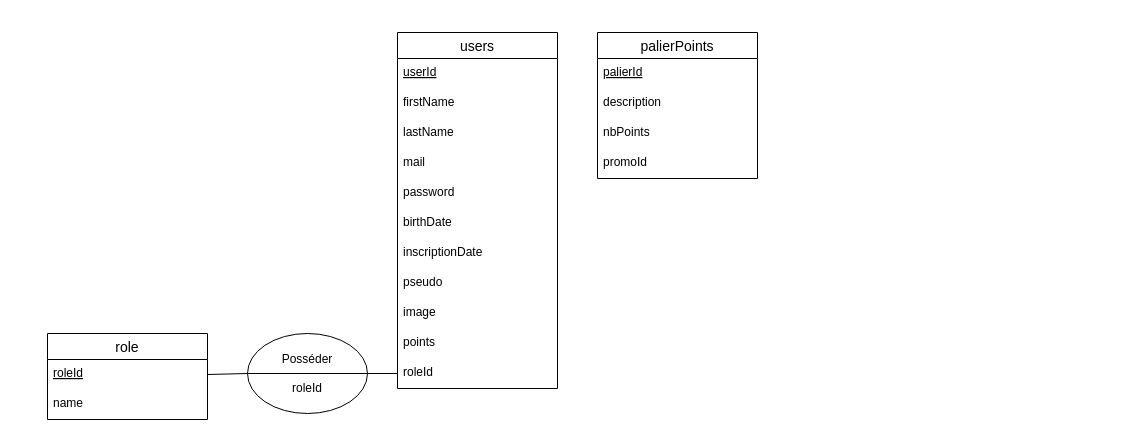
Benji290402/TpPHP-SQL keeps this draw.io diagram as page "MCD 2" (2 of 4) of BDD.drawio. Above is the earlier version. Source tidied: cells renumbered, new cells numbered last; positions are measured from the earlier drawing's top-left corner, leaving out a move shared by most shapes. Both pictures are drawn from the tidied source at 100%, with x=0, y=0 at pixel (47, 32).
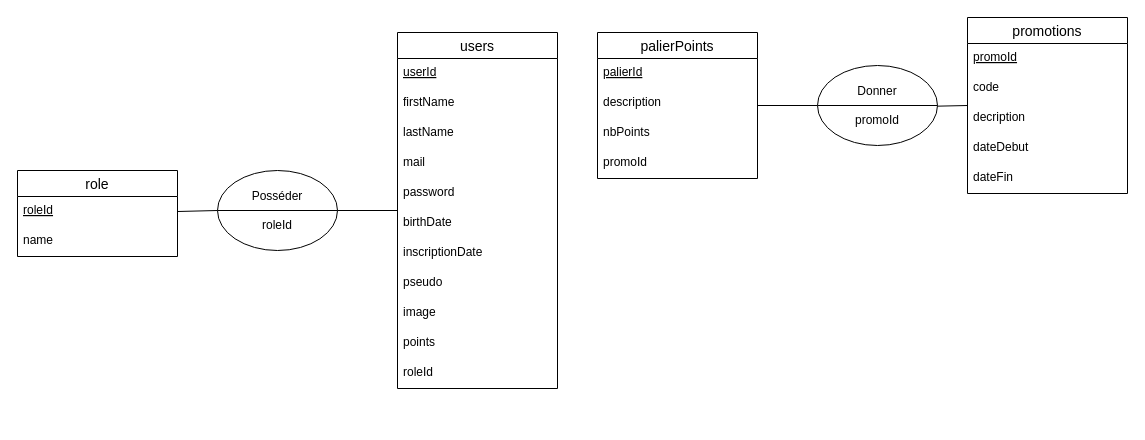
The same diagram, later.

The change refers to these unchanged cells:
```xml
<mxCell id="2" value="users" style="swimlane;fontStyle=0;horizontal=1;startSize=26;align=center;fontSize=14;" parent="1" vertex="1">
  <mxGeometry x="350" width="160" height="356" as="geometry" />
</mxCell>
<mxCell id="13" value="roleId" style="text;strokeColor=none;fillColor=none;spacingLeft=4;spacingRight=4;overflow=hidden;points=[[0,0.5],[1,0.5]];portConstraint=eastwest;fontSize=12;" parent="2" vertex="1">
  <mxGeometry y="326" width="160" height="30" as="geometry" />
</mxCell>
<mxCell id="15" value="roleId" style="text;strokeColor=none;fillColor=none;spacingLeft=4;spacingRight=4;overflow=hidden;points=[[0,0.5],[1,0.5]];portConstraint=eastwest;fontSize=12;fontStyle=4;" parent="14" vertex="1">
  <mxGeometry y="26" width="160" height="30" as="geometry" />
</mxCell>
<mxCell id="21" value="palierPoints" style="swimlane;fontStyle=0;horizontal=1;startSize=26;align=center;fontSize=14;" parent="1" vertex="1">
  <mxGeometry x="550" width="160" height="146" as="geometry" />
</mxCell>
```

What changed in the source:
```diff
@@
     <mxCell id="14" value="role" style="swimlane;fontStyle=0;horizontal=1;startSize=26;align=center;fontSize=14;" parent="1" vertex="1">
-      <mxGeometry y="301" width="160" height="86" as="geometry" />
+      <mxGeometry x="-30" y="138" width="160" height="86" as="geometry" />
     </mxCell>
@@
-    <mxCell id="17" style="edgeStyle=none;rounded=0;jettySize=auto;html=1;exitX=1;exitY=0.5;exitDx=0;exitDy=0;entryX=0;entryY=0.5;entryDx=0;entryDy=0;endArrow=none;endFill=0;" parent="1" edge="1" source="19" target="13">
+    <mxCell id="17" style="edgeStyle=none;rounded=0;jettySize=auto;html=1;exitX=1;exitY=0.5;exitDx=0;exitDy=0;endArrow=none;endFill=0;" parent="1" edge="1" source="19" target="2">
       <mxGeometry relative="1" as="geometry" />
     </mxCell>
-    <mxCell id="18" style="edgeStyle=none;rounded=0;jettySize=auto;html=1;exitX=0;exitY=0.5;exitDx=0;exitDy=0;entryX=1;entryY=0.5;entryDx=0;entryDy=0;endArrow=none;endFill=0;" parent="1" edge="1" source="19" target="15">
+    <mxCell id="18" style="edgeStyle=none;rounded=0;jettySize=auto;html=1;exitX=0;exitY=0.5;exitDx=0;exitDy=0;endArrow=none;endFill=0;" parent="1" edge="1" source="19" target="14">
       <mxGeometry relative="1" as="geometry" />
     </mxCell>
     <mxCell id="19" value="&lt;div&gt;Posséder&lt;/div&gt;&lt;div&gt;&lt;br&gt;&lt;/div&gt;&lt;div&gt;roleId&lt;br&gt;&lt;/div&gt;" style="ellipse;whiteSpace=wrap;html=1;" parent="1" vertex="1">
-      <mxGeometry x="200" y="301" width="120" height="80" as="geometry" />
+      <mxGeometry x="170" y="138" width="120" height="80" as="geometry" />
     </mxCell>
@@
+    <mxCell id="26" value="promotions" style="swimlane;fontStyle=0;horizontal=1;startSize=26;align=center;fontSize=14;" parent="1" vertex="1">
+      <mxGeometry x="920" y="-15" width="160" height="176" as="geometry" />
+    </mxCell>
+    <mxCell id="27" value="promoId" style="text;strokeColor=none;fillColor=none;spacingLeft=4;spacingRight=4;overflow=hidden;fontSize=12;fontStyle=4;" parent="26" vertex="1">
+      <mxGeometry y="26" width="160" height="30" as="geometry" />
+    </mxCell>
+    <mxCell id="28" value="code" style="text;strokeColor=none;fillColor=none;spacingLeft=4;spacingRight=4;overflow=hidden;fontSize=12;" parent="26" vertex="1">
+      <mxGeometry y="56" width="160" height="30" as="geometry" />
+    </mxCell>
+    <mxCell id="29" value="decription" style="text;strokeColor=none;fillColor=none;spacingLeft=4;spacingRight=4;overflow=hidden;fontSize=12;" parent="26" vertex="1">
+      <mxGeometry y="86" width="160" height="30" as="geometry" />
+    </mxCell>
+    <mxCell id="30" value="dateDebut" style="text;strokeColor=none;fillColor=none;spacingLeft=4;spacingRight=4;overflow=hidden;fontSize=12;" parent="26" vertex="1">
+      <mxGeometry y="116" width="160" height="30" as="geometry" />
+    </mxCell>
+    <mxCell id="31" value="dateFin" style="text;strokeColor=none;fillColor=none;spacingLeft=4;spacingRight=4;overflow=hidden;fontSize=12;" parent="26" vertex="1">
+      <mxGeometry y="146" width="160" height="30" as="geometry" />
+    </mxCell>
+    <mxCell id="32" style="edgeStyle=none;rounded=0;jettySize=auto;html=1;endArrow=none;endFill=0;" parent="1" edge="1" source="34" target="21">
+      <mxGeometry relative="1" as="geometry" />
+    </mxCell>
+    <mxCell id="33" style="edgeStyle=none;rounded=0;jettySize=auto;html=1;endArrow=none;endFill=0;" parent="1" edge="1" source="34" target="26">
+      <mxGeometry relative="1" as="geometry" />
+    </mxCell>
+    <mxCell id="34" value="&lt;div&gt;Donner&lt;/div&gt;&lt;div&gt;&lt;br&gt;&lt;/div&gt;&lt;div&gt;promoId&lt;br&gt;&lt;/div&gt;" style="ellipse;whiteSpace=wrap;html=1;" parent="1" vertex="1">
+      <mxGeometry x="770" y="33" width="120" height="80" as="geometry" />
+    </mxCell>
+    <mxCell id="35" style="edgeStyle=none;rounded=0;orthogonalLoop=1;jettySize=auto;html=1;exitX=0;exitY=0.5;exitDx=0;exitDy=0;entryX=1;entryY=0.5;entryDx=0;entryDy=0;endArrow=none;endFill=0;" parent="1" edge="1" source="34" target="34">
+      <mxGeometry relative="1" as="geometry" />
+    </mxCell>
```
